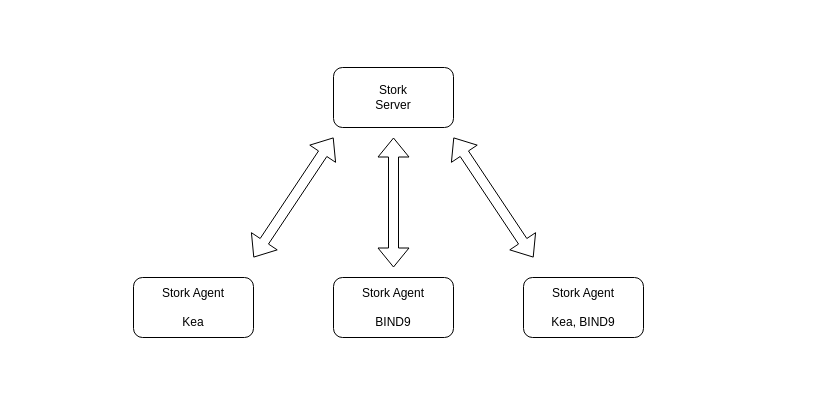
isc-projects/stork keeps this draw.io diagram as doc/user/static/arch.drawio. Above is the earlier version. Source tidied: cells renumbered, new cells numbered last; positions are measured from the earlier drawing's top-left corner, leaving out a move shared by most shapes. Both pictures are drawn from the tidied source at 100%, with x=0, y=0 at pixel (133, 67).
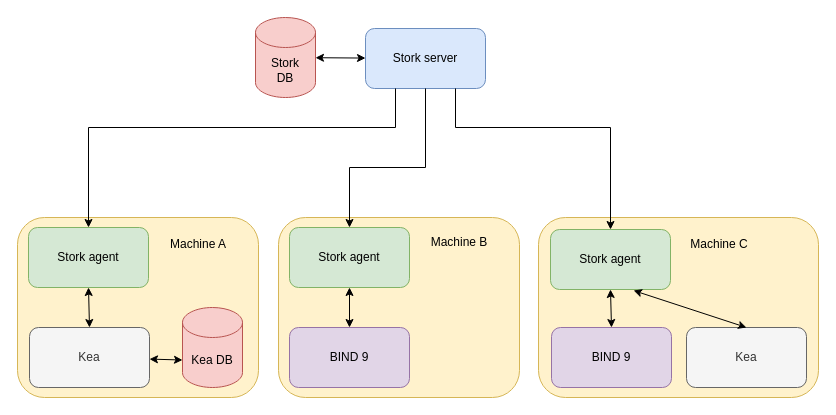
After the change.

The edit, as a diff of the source:
```diff
@@
-    <mxCell id="2" value="&lt;div&gt;Stork&lt;/div&gt;&lt;div&gt;Server&lt;br&gt;&lt;/div&gt;" style="rounded=1;whiteSpace=wrap;html=1;" parent="1" vertex="1">
-      <mxGeometry x="200" width="120" height="60" as="geometry" />
-    </mxCell>
-    <mxCell id="3" value="&lt;div&gt;Stork Agent&lt;/div&gt;&lt;div&gt;&lt;br&gt;&lt;/div&gt;&lt;div&gt;Kea&lt;br&gt;&lt;/div&gt;" style="rounded=1;whiteSpace=wrap;html=1;" parent="1" vertex="1">
-      <mxGeometry y="210" width="120" height="60" as="geometry" />
-    </mxCell>
-    <mxCell id="4" value="&lt;div&gt;Stork Agent&lt;/div&gt;&lt;div&gt;&lt;br&gt;&lt;/div&gt;&lt;div&gt;Kea, BIND9&lt;br&gt;&lt;/div&gt;" style="rounded=1;whiteSpace=wrap;html=1;" parent="1" vertex="1">
-      <mxGeometry x="390" y="210" width="120" height="60" as="geometry" />
-    </mxCell>
-    <mxCell id="5" value="&lt;div&gt;Stork Agent&lt;/div&gt;&lt;div&gt;&lt;br&gt;&lt;/div&gt;&lt;div&gt;BIND9&lt;br&gt;&lt;/div&gt;" style="rounded=1;whiteSpace=wrap;html=1;" parent="1" vertex="1">
-      <mxGeometry x="200" y="210" width="120" height="60" as="geometry" />
-    </mxCell>
-    <mxCell id="6" style="shape=flexArrow;endArrow=classic;startArrow=classic;html=1;" parent="1" edge="1">
-      <mxGeometry relative="1" as="geometry">
-        <mxPoint x="120" y="190" as="sourcePoint" />
-        <mxPoint x="200" y="70" as="targetPoint" />
-      </mxGeometry>
-    </mxCell>
-    <mxCell id="7" style="shape=flexArrow;endArrow=classic;startArrow=classic;html=1;" parent="1" edge="1">
-      <mxGeometry relative="1" as="geometry">
-        <mxPoint x="260" y="200" as="sourcePoint" />
-        <mxPoint x="260" y="70" as="targetPoint" />
-      </mxGeometry>
-    </mxCell>
-    <mxCell id="8" style="shape=flexArrow;endArrow=classic;startArrow=classic;html=1;" parent="1" edge="1">
-      <mxGeometry relative="1" as="geometry">
-        <mxPoint x="400" y="190" as="sourcePoint" />
-        <mxPoint x="320" y="70" as="targetPoint" />
-      </mxGeometry>
-    </mxCell>
+    <mxCell id="9" style="rounded=1;whiteSpace=wrap;html=1;fillColor=#fff2cc;strokeColor=#d6b656;" parent="1" vertex="1">
+      <mxGeometry x="-116" y="150" width="241" height="180" as="geometry" />
+    </mxCell>
+    <mxCell id="10" value="Stork server" style="rounded=1;whiteSpace=wrap;html=1;fillColor=#dae8fc;strokeColor=#6c8ebf;" parent="1" vertex="1">
+      <mxGeometry x="232" y="-39" width="120" height="60" as="geometry" />
+    </mxCell>
+    <mxCell id="11" value="Stork agent" style="rounded=1;whiteSpace=wrap;html=1;fillColor=#d5e8d4;strokeColor=#82b366;" parent="1" vertex="1">
+      <mxGeometry x="-105" y="160" width="120" height="60" as="geometry" />
+    </mxCell>
+    <mxCell id="12" value="Kea" style="rounded=1;whiteSpace=wrap;html=1;fillColor=#f5f5f5;fontColor=#333333;strokeColor=#666666;" parent="1" vertex="1">
+      <mxGeometry x="-104" y="260" width="120" height="60" as="geometry" />
+    </mxCell>
+    <mxCell id="13" value="Kea DB" style="shape=cylinder3;whiteSpace=wrap;html=1;boundedLbl=1;backgroundOutline=1;size=15;fillColor=#f8cecc;strokeColor=#b85450;" parent="1" vertex="1">
+      <mxGeometry x="49" y="240" width="60" height="80" as="geometry" />
+    </mxCell>
+    <mxCell id="14" value="Stork&lt;div&gt;DB&lt;/div&gt;" style="shape=cylinder3;whiteSpace=wrap;html=1;boundedLbl=1;backgroundOutline=1;size=15;fillColor=#f8cecc;strokeColor=#b85450;" parent="1" vertex="1">
+      <mxGeometry x="122" y="-50" width="60" height="80" as="geometry" />
+    </mxCell>
+    <mxCell id="15" value="Machine A" style="text;html=1;align=center;verticalAlign=middle;whiteSpace=wrap;rounded=0;" parent="1" vertex="1">
+      <mxGeometry x="35" y="162" width="60" height="30" as="geometry" />
+    </mxCell>
+    <mxCell id="16" style="endArrow=classic;startArrow=classic;html=1;rounded=0;exitX=0.5;exitY=0;exitDx=0;exitDy=0;entryX=0.5;entryY=1;entryDx=0;entryDy=0;" parent="1" edge="1" source="12" target="11">
+      <mxGeometry relative="1" as="geometry" />
+    </mxCell>
+    <mxCell id="17" style="endArrow=classic;startArrow=classic;html=1;rounded=0;entryX=0;entryY=0;entryDx=0;entryDy=52.5;entryPerimeter=0;" parent="1" edge="1" source="12" target="13">
+      <mxGeometry relative="1" as="geometry" />
+    </mxCell>
+    <mxCell id="18" style="rounded=1;whiteSpace=wrap;html=1;fillColor=#fff2cc;strokeColor=#d6b656;" parent="1" vertex="1">
+      <mxGeometry x="145" y="150" width="241" height="180" as="geometry" />
+    </mxCell>
+    <mxCell id="19" value="Stork agent" style="rounded=1;whiteSpace=wrap;html=1;fillColor=#d5e8d4;strokeColor=#82b366;" parent="1" vertex="1">
+      <mxGeometry x="156" y="160" width="120" height="60" as="geometry" />
+    </mxCell>
+    <mxCell id="20" value="BIND 9" style="rounded=1;whiteSpace=wrap;html=1;fillColor=#e1d5e7;strokeColor=#9673a6;" parent="1" vertex="1">
+      <mxGeometry x="156" y="260" width="120" height="60" as="geometry" />
+    </mxCell>
+    <mxCell id="21" value="Machine B" style="text;html=1;align=center;verticalAlign=middle;whiteSpace=wrap;rounded=0;" parent="1" vertex="1">
+      <mxGeometry x="296" y="160" width="60" height="30" as="geometry" />
+    </mxCell>
+    <mxCell id="22" style="endArrow=classic;startArrow=classic;html=1;rounded=0;exitX=0.5;exitY=0;exitDx=0;exitDy=0;entryX=0.5;entryY=1;entryDx=0;entryDy=0;" parent="1" edge="1" source="20" target="19">
+      <mxGeometry relative="1" as="geometry" />
+    </mxCell>
+    <mxCell id="23" style="rounded=1;whiteSpace=wrap;html=1;fillColor=#fff2cc;strokeColor=#d6b656;" parent="1" vertex="1">
+      <mxGeometry x="405" y="150" width="280" height="180" as="geometry" />
+    </mxCell>
+    <mxCell id="24" value="Stork agent" style="rounded=1;whiteSpace=wrap;html=1;fillColor=#d5e8d4;strokeColor=#82b366;" parent="1" vertex="1">
+      <mxGeometry x="417" y="162" width="120" height="60" as="geometry" />
+    </mxCell>
+    <mxCell id="25" value="BIND 9" style="rounded=1;whiteSpace=wrap;html=1;fillColor=#e1d5e7;strokeColor=#9673a6;" parent="1" vertex="1">
+      <mxGeometry x="418" y="260" width="120" height="60" as="geometry" />
+    </mxCell>
+    <mxCell id="26" value="Machine C" style="text;html=1;align=center;verticalAlign=middle;whiteSpace=wrap;rounded=0;" parent="1" vertex="1">
+      <mxGeometry x="556" y="162" width="60" height="30" as="geometry" />
+    </mxCell>
+    <mxCell id="27" style="endArrow=classic;startArrow=classic;html=1;rounded=0;exitX=0.5;exitY=0;exitDx=0;exitDy=0;entryX=0.5;entryY=1;entryDx=0;entryDy=0;" parent="1" edge="1" source="25" target="24">
+      <mxGeometry relative="1" as="geometry" />
+    </mxCell>
+    <mxCell id="28" value="Kea" style="rounded=1;whiteSpace=wrap;html=1;fillColor=#f5f5f5;fontColor=#333333;strokeColor=#666666;" parent="1" vertex="1">
+      <mxGeometry x="553" y="260" width="120" height="60" as="geometry" />
+    </mxCell>
+    <mxCell id="29" style="endArrow=classic;startArrow=classic;html=1;rounded=0;exitX=0.5;exitY=0;exitDx=0;exitDy=0;entryX=0.692;entryY=1.017;entryDx=0;entryDy=0;entryPerimeter=0;" parent="1" edge="1" source="28" target="24">
+      <mxGeometry relative="1" as="geometry" />
+    </mxCell>
+    <mxCell id="30" style="endArrow=classic;startArrow=classic;html=1;rounded=0;" parent="1" edge="1" source="14" target="10">
+      <mxGeometry relative="1" as="geometry" />
+    </mxCell>
+    <mxCell id="31" style="endArrow=classic;html=1;rounded=0;exitX=0.25;exitY=1;exitDx=0;exitDy=0;entryX=0.5;entryY=0;entryDx=0;entryDy=0;" parent="1" edge="1" source="10" target="11">
+      <mxGeometry relative="1" as="geometry">
+        <Array as="points">
+          <mxPoint x="262" y="60" />
+          <mxPoint x="-45" y="60" />
+        </Array>
+      </mxGeometry>
+    </mxCell>
+    <mxCell id="32" style="endArrow=classic;html=1;rounded=0;exitX=0.5;exitY=1;exitDx=0;exitDy=0;entryX=0.5;entryY=0;entryDx=0;entryDy=0;" parent="1" edge="1" source="10" target="19">
+      <mxGeometry relative="1" as="geometry">
+        <Array as="points">
+          <mxPoint x="292" y="100" />
+          <mxPoint x="216" y="100" />
+        </Array>
+      </mxGeometry>
+    </mxCell>
+    <mxCell id="33" style="endArrow=classic;html=1;rounded=0;exitX=0.75;exitY=1;exitDx=0;exitDy=0;entryX=0.5;entryY=0;entryDx=0;entryDy=0;" parent="1" edge="1" source="10" target="24">
+      <mxGeometry relative="1" as="geometry">
+        <Array as="points">
+          <mxPoint x="322" y="60" />
+          <mxPoint x="477" y="60" />
+        </Array>
+      </mxGeometry>
+    </mxCell>
```
